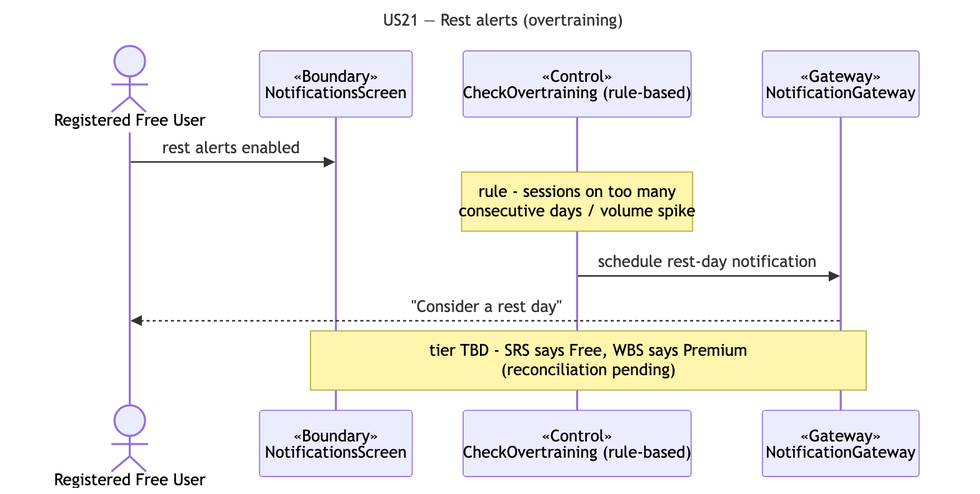
The Mermaid diagram docs/deliverables/sequence-diagrams/US21-rest-alerts.png in cyuanjun/FYP-26-S2-37-app, before a commit. Its source is kept beside it as docs/deliverables/sequence-diagrams/src/US21-rest-alerts.mmd.
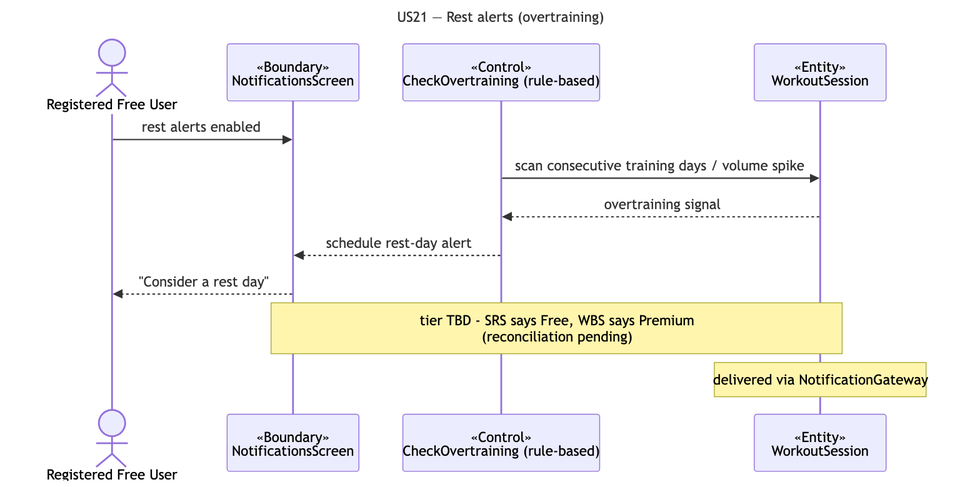
The same diagram one commit later.

Change to the diagram source:
```diff
@@ -5,9 +5,11 @@
   actor A as Registered Free User
   participant B as «Boundary»<br/>NotificationsScreen
   participant C as «Control»<br/>CheckOvertraining (rule-based)
-  participant G as «Gateway»<br/>NotificationGateway
+  participant E as «Entity»<br/>WorkoutSession
   A->>B: rest alerts enabled
-  note over C: rule - sessions on too many<br/>consecutive days / volume spike
-  C->>G: schedule rest-day notification
-  G-->>A: "Consider a rest day"
-  note over B,G: tier TBD - SRS says Free, WBS says Premium<br/>(reconciliation pending)
+  C->>E: scan consecutive training days / volume spike
+  E-->>C: overtraining signal
+  C-->>B: schedule rest-day alert
+  B-->>A: "Consider a rest day"
+  note over B,E: tier TBD - SRS says Free, WBS says Premium<br/>(reconciliation pending)
+  note over E: delivered via NotificationGateway
```
